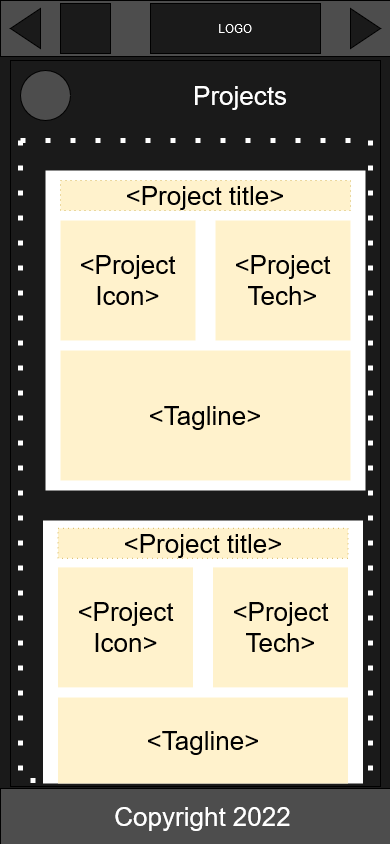
This is Design/Wireframe_V1.0.3.drawio.png from jdsmith104/about-me, a draw.io export, as it was before one commit. Source tidied: cells renumbered, new cells last; positions are measured from the earlier drawing's top-left corner, leaving out a move shared by most shapes. Its diagram source:
```xml
<mxGraphModel background="#1A1A1A">
  <root>
    <mxCell id="0" />
    <mxCell id="1" parent="0" />
    <mxCell id="2" style="rounded=0;whiteSpace=wrap;html=1;labelBackgroundColor=none;fontColor=#FFFFFF;strokeWidth=0;fillColor=#1A1A1A;" parent="1" vertex="1">
      <mxGeometry x="10" y="60" width="370" height="726" as="geometry" />
    </mxCell>
    <mxCell id="3" style="rounded=0;whiteSpace=wrap;html=1;fillColor=#4D4D4D;strokeWidth=0;" parent="1" vertex="1">
      <mxGeometry y="788" width="390" height="56" as="geometry" />
    </mxCell>
    <mxCell id="4" style="rounded=0;whiteSpace=wrap;html=1;fillColor=#4D4D4D;strokeWidth=0;" parent="1" vertex="1">
      <mxGeometry width="390" height="56" as="geometry" />
    </mxCell>
    <mxCell id="5" style="triangle;whiteSpace=wrap;html=1;rounded=0;strokeWidth=0;fillColor=#1A1A1A;" parent="1" vertex="1">
      <mxGeometry x="350" y="8" width="30" height="40" as="geometry" />
    </mxCell>
    <mxCell id="6" style="triangle;whiteSpace=wrap;html=1;rounded=0;strokeWidth=0;fillColor=#1A1A1A;rotation=-180;" parent="1" vertex="1">
      <mxGeometry x="10" y="8" width="30" height="40" as="geometry" />
    </mxCell>
    <mxCell id="7" style="rounded=0;whiteSpace=wrap;html=1;strokeWidth=0;fillColor=#1A1A1A;" parent="1" vertex="1">
      <mxGeometry x="60" y="3" width="50" height="50" as="geometry" />
    </mxCell>
    <mxCell id="8" value="LOGO" style="rounded=0;whiteSpace=wrap;html=1;strokeWidth=0;fillColor=#1A1A1A;labelBackgroundColor=none;fontColor=#FFFFFF;" parent="1" vertex="1">
      <mxGeometry x="150" y="3" width="170" height="50" as="geometry" />
    </mxCell>
    <mxCell id="9" style="ellipse;whiteSpace=wrap;html=1;rounded=0;labelBackgroundColor=none;fontColor=#FFFFFF;strokeWidth=0;fillColor=#4D4D4D;" parent="1" vertex="1">
      <mxGeometry x="20" y="70" width="50" height="50" as="geometry" />
    </mxCell>
    <mxCell id="10" style="rounded=0;whiteSpace=wrap;html=1;labelBackgroundColor=none;strokeWidth=5;dashed=1;fillColor=none;strokeColor=#FFFFFF;dashPattern=1 4;" parent="1" vertex="1">
      <mxGeometry x="20" y="140" width="350" height="640" as="geometry" />
    </mxCell>
    <mxCell id="11" value="Projects" style="text;html=1;strokeColor=none;fillColor=none;align=center;verticalAlign=middle;whiteSpace=wrap;rounded=0;dashed=1;dashPattern=1 2;labelBackgroundColor=none;fontColor=#FFFFFF;fontSize=26;" parent="1" vertex="1">
      <mxGeometry x="130" y="70" width="220" height="50" as="geometry" />
    </mxCell>
    <mxCell id="12" value="Copyright 2022" style="text;html=1;strokeColor=none;fillColor=none;align=center;verticalAlign=middle;whiteSpace=wrap;rounded=0;dashed=1;dashPattern=1 4;labelBackgroundColor=none;fontSize=26;fontColor=#FFFFFF;" parent="1" vertex="1">
      <mxGeometry x="35" y="801" width="335" height="30" as="geometry" />
    </mxCell>
    <mxCell id="13" style="group;" parent="1" vertex="1">
      <mxGeometry x="42.5" y="520" width="320" height="263" as="geometry" />
    </mxCell>
    <mxCell id="14" style="rounded=0;whiteSpace=wrap;html=1;dashed=1;dashPattern=1 2;labelBackgroundColor=none;strokeWidth=5;strokeColor=none;" parent="13" vertex="1">
      <mxGeometry width="320" height="263" as="geometry" />
    </mxCell>
    <mxCell id="15" value="&amp;lt;Project Icon&amp;gt;" style="rounded=0;whiteSpace=wrap;html=1;dashed=1;dashPattern=1 4;labelBackgroundColor=none;fontSize=26;strokeColor=none;strokeWidth=5;fillColor=#fff2cc;" parent="13" vertex="1">
      <mxGeometry x="15" y="46.9" width="135" height="120" as="geometry" />
    </mxCell>
    <mxCell id="16" value="&amp;lt;Project Tech&amp;gt;" style="rounded=0;whiteSpace=wrap;html=1;dashed=1;dashPattern=1 4;labelBackgroundColor=none;fontSize=26;strokeColor=none;strokeWidth=5;fillColor=#fff2cc;" parent="13" vertex="1">
      <mxGeometry x="170" y="46.9" width="135" height="120" as="geometry" />
    </mxCell>
    <mxCell id="17" value="&amp;lt;Project title&amp;gt;" style="text;html=1;strokeColor=#d6b656;fillColor=#fff2cc;align=center;verticalAlign=middle;whiteSpace=wrap;rounded=0;dashed=1;dashPattern=1 4;labelBackgroundColor=none;fontSize=26;" parent="13" vertex="1">
      <mxGeometry x="15" y="7.8" width="290" height="30" as="geometry" />
    </mxCell>
    <mxCell id="18" value="&amp;lt;Tagline&amp;gt;" style="rounded=0;whiteSpace=wrap;html=1;dashed=1;dashPattern=1 4;labelBackgroundColor=none;fontSize=26;strokeColor=none;strokeWidth=5;fillColor=#fff2cc;" parent="13" vertex="1">
      <mxGeometry x="15" y="177" width="290" height="86" as="geometry" />
    </mxCell>
    <mxCell id="19" style="group;" parent="1" vertex="1">
      <mxGeometry x="45" y="170" width="320" height="320" as="geometry" />
    </mxCell>
    <mxCell id="20" style="rounded=0;whiteSpace=wrap;html=1;dashed=1;dashPattern=1 2;labelBackgroundColor=none;strokeWidth=5;strokeColor=none;" parent="19" vertex="1">
      <mxGeometry width="320" height="320" as="geometry" />
    </mxCell>
    <mxCell id="21" value="&amp;lt;Project Icon&amp;gt;" style="rounded=0;whiteSpace=wrap;html=1;dashed=1;dashPattern=1 4;labelBackgroundColor=none;fontSize=26;strokeColor=none;strokeWidth=5;fillColor=#fff2cc;" parent="19" vertex="1">
      <mxGeometry x="15" y="50" width="135" height="120" as="geometry" />
    </mxCell>
    <mxCell id="22" value="&amp;lt;Project Tech&amp;gt;" style="rounded=0;whiteSpace=wrap;html=1;dashed=1;dashPattern=1 4;labelBackgroundColor=none;fontSize=26;strokeColor=none;strokeWidth=5;fillColor=#fff2cc;" parent="19" vertex="1">
      <mxGeometry x="170" y="50" width="135" height="120" as="geometry" />
    </mxCell>
    <mxCell id="23" value="&amp;lt;Project title&amp;gt;" style="text;html=1;strokeColor=#d6b656;fillColor=#fff2cc;align=center;verticalAlign=middle;whiteSpace=wrap;rounded=0;dashed=1;dashPattern=1 4;labelBackgroundColor=none;fontSize=26;" parent="19" vertex="1">
      <mxGeometry x="15" y="10" width="290" height="30" as="geometry" />
    </mxCell>
    <mxCell id="24" value="&amp;lt;Tagline&amp;gt;" style="rounded=0;whiteSpace=wrap;html=1;dashed=1;dashPattern=1 4;labelBackgroundColor=none;fontSize=26;strokeColor=none;strokeWidth=5;fillColor=#fff2cc;" parent="19" vertex="1">
      <mxGeometry x="15" y="180" width="290" height="130" as="geometry" />
    </mxCell>
  </root>
</mxGraphModel>
```
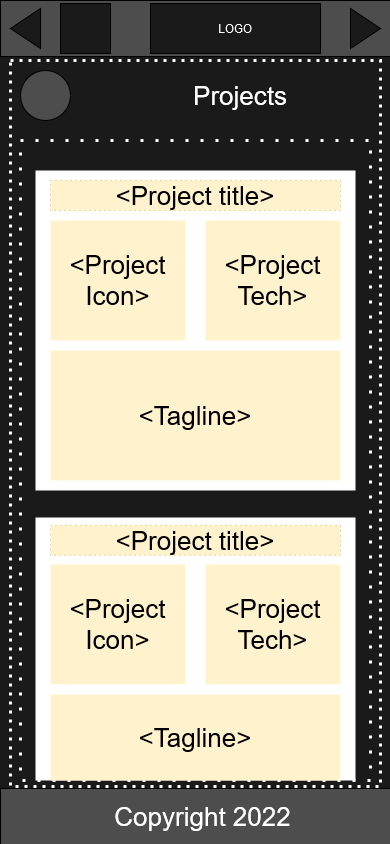
The same file after the commit.

The edit, as a diff of the source:
```diff
@@ -2,7 +2,7 @@
   <root>
     <mxCell id="0" />
     <mxCell id="1" parent="0" />
-    <mxCell id="2" style="rounded=0;whiteSpace=wrap;html=1;labelBackgroundColor=none;fontColor=#FFFFFF;strokeWidth=0;fillColor=#1A1A1A;" parent="1" vertex="1">
+    <mxCell id="2" style="rounded=0;whiteSpace=wrap;html=1;labelBackgroundColor=none;fontColor=#FFFFFF;strokeWidth=3;fillColor=#1A1A1A;dashed=1;dashPattern=1 2;strokeColor=#FFFFFF;" parent="1" vertex="1">
       <mxGeometry x="10" y="60" width="370" height="726" as="geometry" />
     </mxCell>
     <mxCell id="3" style="rounded=0;whiteSpace=wrap;html=1;fillColor=#4D4D4D;strokeWidth=0;" parent="1" vertex="1">
@@ -26,7 +26,7 @@
     <mxCell id="9" style="ellipse;whiteSpace=wrap;html=1;rounded=0;labelBackgroundColor=none;fontColor=#FFFFFF;strokeWidth=0;fillColor=#4D4D4D;" parent="1" vertex="1">
       <mxGeometry x="20" y="70" width="50" height="50" as="geometry" />
     </mxCell>
-    <mxCell id="10" style="rounded=0;whiteSpace=wrap;html=1;labelBackgroundColor=none;strokeWidth=5;dashed=1;fillColor=none;strokeColor=#FFFFFF;dashPattern=1 4;" parent="1" vertex="1">
+    <mxCell id="10" style="rounded=0;whiteSpace=wrap;html=1;labelBackgroundColor=none;strokeWidth=3;dashed=1;fillColor=none;strokeColor=#FFFFFF;dashPattern=1 4;" parent="1" vertex="1">
       <mxGeometry x="20" y="140" width="350" height="640" as="geometry" />
     </mxCell>
     <mxCell id="11" value="Projects" style="text;html=1;strokeColor=none;fillColor=none;align=center;verticalAlign=middle;whiteSpace=wrap;rounded=0;dashed=1;dashPattern=1 2;labelBackgroundColor=none;fontColor=#FFFFFF;fontSize=26;" parent="1" vertex="1">
@@ -36,7 +36,7 @@
       <mxGeometry x="35" y="801" width="335" height="30" as="geometry" />
     </mxCell>
     <mxCell id="13" style="group;" parent="1" vertex="1">
-      <mxGeometry x="42.5" y="520" width="320" height="263" as="geometry" />
+      <mxGeometry x="35" y="517" width="320" height="263" as="geometry" />
     </mxCell>
     <mxCell id="14" style="rounded=0;whiteSpace=wrap;html=1;dashed=1;dashPattern=1 2;labelBackgroundColor=none;strokeWidth=5;strokeColor=none;" parent="13" vertex="1">
       <mxGeometry width="320" height="263" as="geometry" />
@@ -54,7 +54,7 @@
       <mxGeometry x="15" y="177" width="290" height="86" as="geometry" />
     </mxCell>
     <mxCell id="19" style="group;" parent="1" vertex="1">
-      <mxGeometry x="45" y="170" width="320" height="320" as="geometry" />
+      <mxGeometry x="35" y="170" width="320" height="320" as="geometry" />
     </mxCell>
     <mxCell id="20" style="rounded=0;whiteSpace=wrap;html=1;dashed=1;dashPattern=1 2;labelBackgroundColor=none;strokeWidth=5;strokeColor=none;" parent="19" vertex="1">
       <mxGeometry width="320" height="320" as="geometry" />
```
